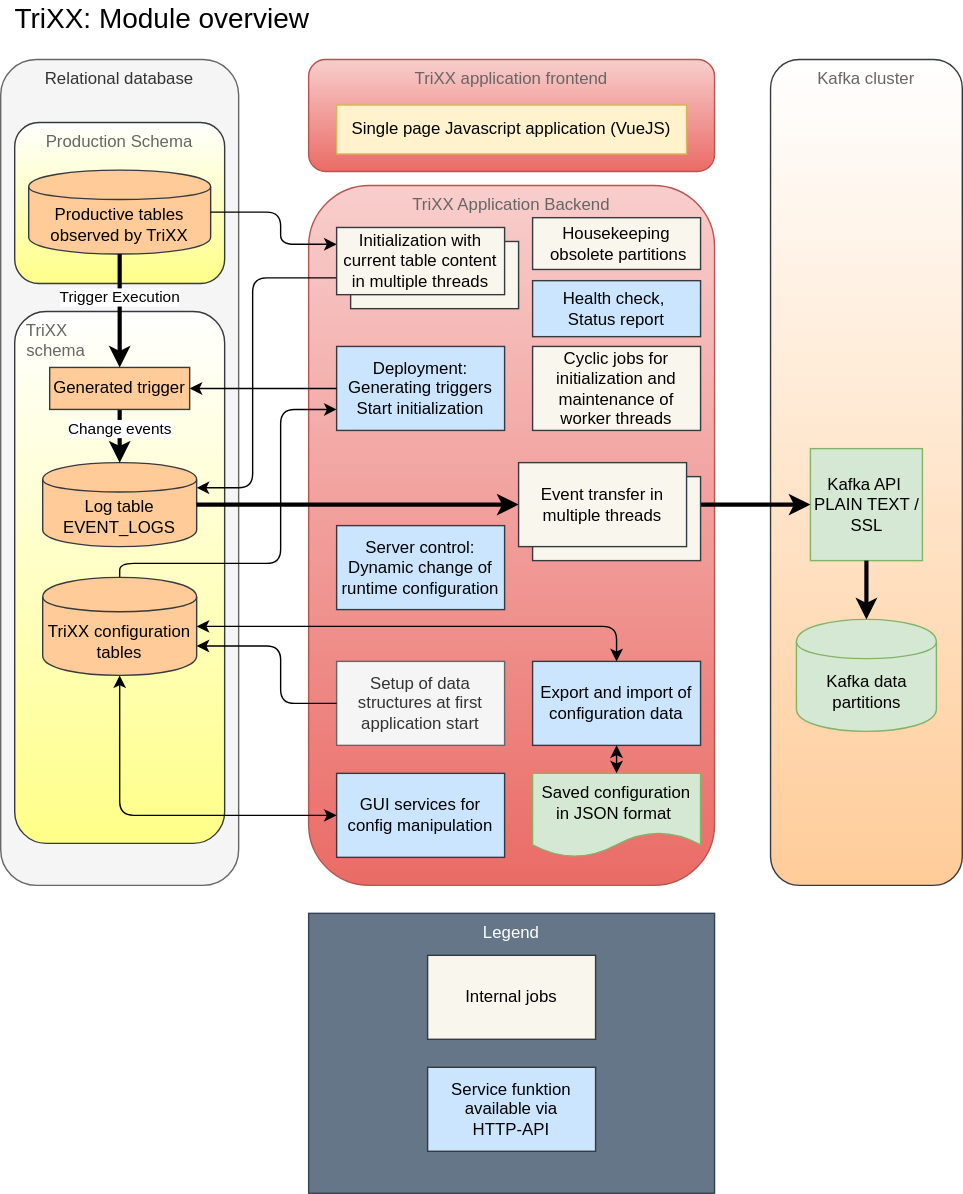
This is doc/images/trixx_module_overview.svg from osp-ottogroup/movex-cdc, a draw.io export, as it was before one commit. Source tidied: cells renumbered, new cells last; positions are measured from the earlier drawing's top-left corner, leaving out a move shared by most shapes.
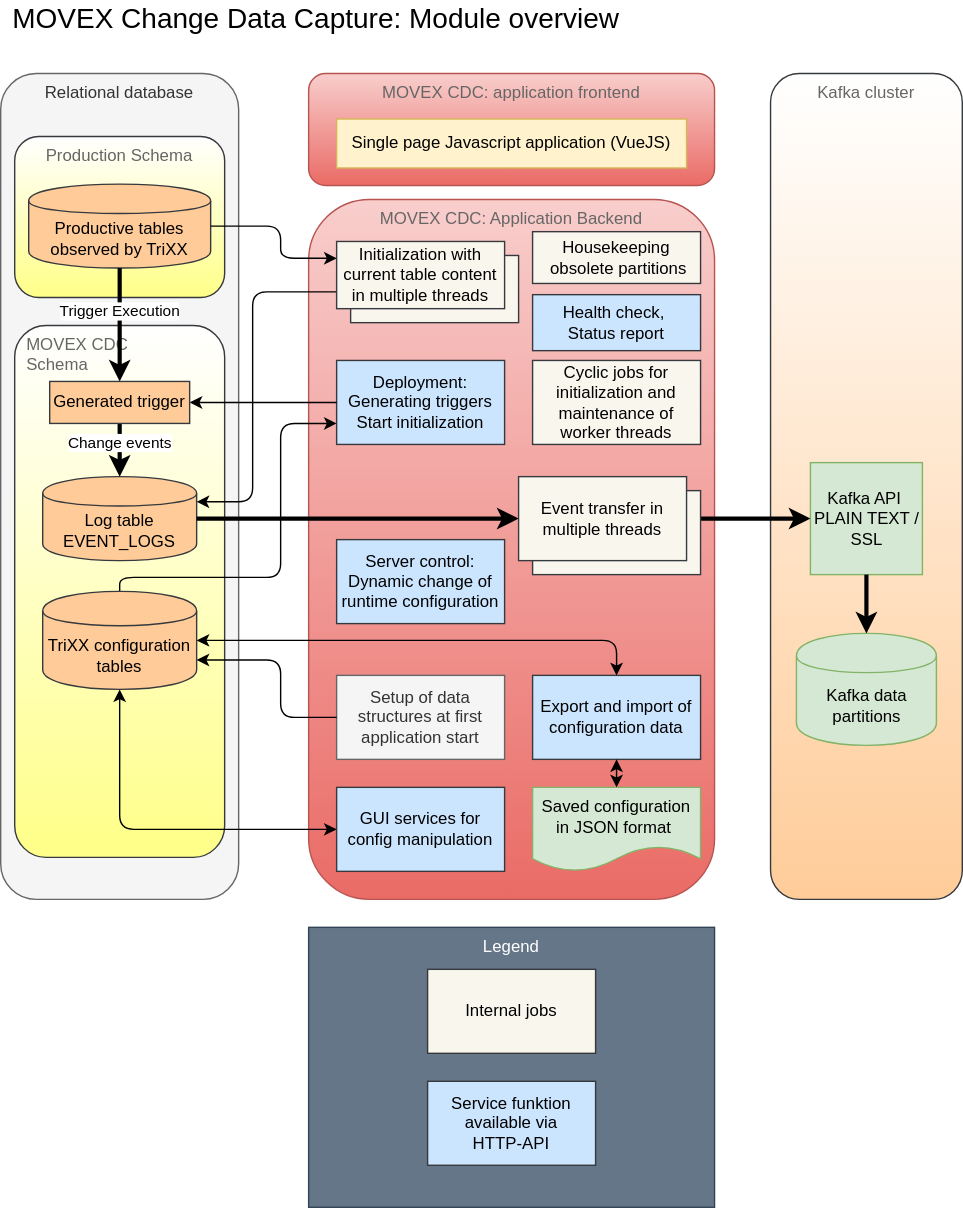
Later version of the same file.

Diff of the diagram source:
```diff
@@ -2,13 +2,13 @@
   <root>
     <mxCell id="0" />
     <mxCell id="1" parent="0" />
-    <mxCell id="2" value="&lt;font style=&quot;font-size: 20px&quot;&gt;TriXX: Module overview&lt;/font&gt;" style="text;html=1;align=center;verticalAlign=middle;fillColor=none;strokeColor=none;rounded=0;" parent="1" vertex="1">
-      <mxGeometry width="230" height="20" as="geometry" />
+    <mxCell id="2" value="&lt;font style=&quot;font-size: 20px&quot;&gt;MOVEX Change Data Capture: Module overview&lt;/font&gt;" style="text;html=1;align=center;verticalAlign=middle;fillColor=none;strokeColor=none;rounded=0;" parent="1" vertex="1">
+      <mxGeometry y="-10" width="450" height="20" as="geometry" />
     </mxCell>
     <mxCell id="3" value="Relational database" style="rounded=1;whiteSpace=wrap;html=1;align=center;verticalAlign=top;labelBackgroundColor=none;fillColor=#f5f5f5;strokeColor=#666666;gradientDirection=north;fontColor=#333333;" parent="1" vertex="1">
       <mxGeometry y="40" width="170" height="590" as="geometry" />
     </mxCell>
-    <mxCell id="4" value="&lt;font color=&quot;#666666&quot;&gt;TriXX Application Backend&lt;/font&gt;" style="rounded=1;whiteSpace=wrap;html=1;align=center;verticalAlign=top;labelBackgroundColor=none;fillColor=#f8cecc;strokeColor=#b85450;gradientColor=#ea6b66;" parent="1" vertex="1">
+    <mxCell id="4" value="&lt;font color=&quot;#666666&quot;&gt;MOVEX CDC: Application Backend&lt;/font&gt;" style="rounded=1;whiteSpace=wrap;html=1;align=center;verticalAlign=top;labelBackgroundColor=none;fillColor=#f8cecc;strokeColor=#b85450;gradientColor=#ea6b66;" parent="1" vertex="1">
       <mxGeometry x="220" y="130" width="290" height="500" as="geometry" />
     </mxCell>
     <mxCell id="5" value="&lt;font color=&quot;#666666&quot;&gt;Kafka cluster&lt;/font&gt;" style="rounded=1;whiteSpace=wrap;html=1;align=center;verticalAlign=top;labelBackgroundColor=none;fillColor=#ffcc99;strokeColor=#36393d;gradientColor=#ffffff;gradientDirection=north;" parent="1" vertex="1">
@@ -23,7 +23,7 @@
     <mxCell id="8" value="&lt;font color=&quot;#666666&quot;&gt;Production Schema&lt;/font&gt;" style="rounded=1;whiteSpace=wrap;html=1;align=center;verticalAlign=top;labelBackgroundColor=none;fillColor=#ffff88;strokeColor=#36393d;gradientColor=#ffffff;gradientDirection=north;" parent="1" vertex="1">
       <mxGeometry x="10" y="85" width="150" height="115" as="geometry" />
     </mxCell>
-    <mxCell id="9" value="&lt;font color=&quot;#666666&quot;&gt;&amp;nbsp; TriXX&lt;br&gt;&amp;nbsp; schema&lt;/font&gt;" style="rounded=1;whiteSpace=wrap;html=1;align=left;verticalAlign=top;labelBackgroundColor=none;fillColor=#ffff88;strokeColor=#36393d;gradientColor=#ffffff;gradientDirection=north;" parent="1" vertex="1">
+    <mxCell id="9" value="&lt;font color=&quot;#666666&quot;&gt;&amp;nbsp; MOVEX CDC&lt;br&gt;&amp;nbsp; Schema&lt;/font&gt;" style="rounded=1;whiteSpace=wrap;html=1;align=left;verticalAlign=top;labelBackgroundColor=none;fillColor=#ffff88;strokeColor=#36393d;gradientColor=#ffffff;gradientDirection=north;" parent="1" vertex="1">
       <mxGeometry x="10" y="220" width="150" height="380" as="geometry" />
     </mxCell>
     <mxCell id="10" value="Log table EVENT_LOGS" style="shape=cylinder;whiteSpace=wrap;html=1;boundedLbl=1;backgroundOutline=1;labelBackgroundColor=none;align=center;fillColor=#ffcc99;strokeColor=#36393d;" parent="1" vertex="1">
@@ -106,7 +106,7 @@
     <mxCell id="32" value="Service funktion available via &lt;br&gt;HTTP-API" style="rounded=0;whiteSpace=wrap;html=1;labelBackgroundColor=none;align=center;fillColor=#cce5ff;strokeColor=#36393d;" parent="1" vertex="1">
       <mxGeometry x="305" y="760" width="120" height="60" as="geometry" />
     </mxCell>
-    <mxCell id="33" value="&lt;font color=&quot;#666666&quot;&gt;TriXX application frontend&lt;/font&gt;" style="rounded=1;whiteSpace=wrap;html=1;align=center;verticalAlign=top;labelBackgroundColor=none;fillColor=#f8cecc;strokeColor=#b85450;gradientColor=#ea6b66;" parent="1" vertex="1">
+    <mxCell id="33" value="&lt;font color=&quot;#666666&quot;&gt;MOVEX CDC: application frontend&lt;/font&gt;" style="rounded=1;whiteSpace=wrap;html=1;align=center;verticalAlign=top;labelBackgroundColor=none;fillColor=#f8cecc;strokeColor=#b85450;gradientColor=#ea6b66;" parent="1" vertex="1">
       <mxGeometry x="220" y="40" width="290" height="80" as="geometry" />
     </mxCell>
     <mxCell id="34" value="Single page Javascript application (VueJS)" style="rounded=0;whiteSpace=wrap;html=1;labelBackgroundColor=none;align=center;fillColor=#fff2cc;strokeColor=#d6b656;" parent="1" vertex="1">
```
